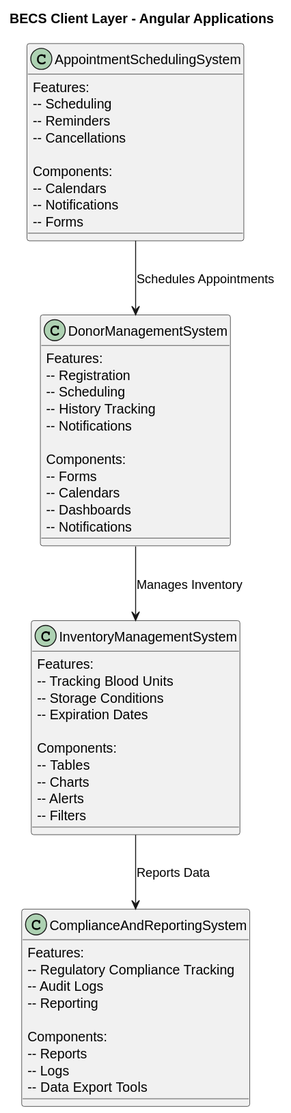
Above: docs/rendered/layers/CLIENT_LAYER.svg in tylermaginnis/BECS_SoftwareArchitecture (PlantUML), before the change.
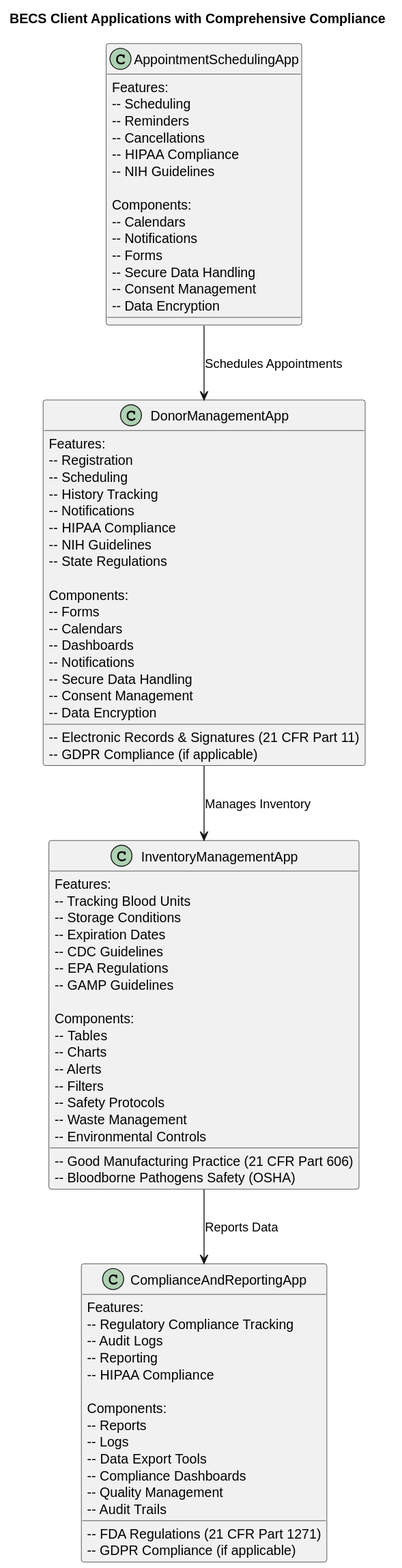
Above is the later version.

What changed in the source:
```diff
@@ -1,60 +1,87 @@
 @startuml
 !define RECTANGLE class
 
-title BECS Client Layer - Angular Applications
+title BECS Client Applications with Comprehensive Compliance
 
-RECTANGLE DonorManagementSystem {
+RECTANGLE DonorManagementApp {
   Features:
   -- Registration
   -- Scheduling
   -- History Tracking
   -- Notifications
+  -- Electronic Records & Signatures (21 CFR Part 11)
+  -- HIPAA Compliance
+  -- NIH Guidelines
+  -- GDPR Compliance (if applicable)
+  -- State Regulations
 
   Components:
   -- Forms
   -- Calendars
   -- Dashboards
   -- Notifications
+  -- Secure Data Handling
+  -- Consent Management
+  -- Data Encryption
 }
 
-RECTANGLE InventoryManagementSystem {
+RECTANGLE InventoryManagementApp {
   Features:
   -- Tracking Blood Units
   -- Storage Conditions
   -- Expiration Dates
+  -- Good Manufacturing Practice (21 CFR Part 606)
+  -- Bloodborne Pathogens Safety (OSHA)
+  -- CDC Guidelines
+  -- EPA Regulations
+  -- GAMP Guidelines
 
   Components:
   -- Tables
   -- Charts
   -- Alerts
   -- Filters
+  -- Safety Protocols
+  -- Waste Management
+  -- Environmental Controls
 }
 
-RECTANGLE ComplianceAndReportingSystem {
+RECTANGLE ComplianceAndReportingApp {
   Features:
   -- Regulatory Compliance Tracking
   -- Audit Logs
   -- Reporting
+  -- FDA Regulations (21 CFR Part 1271)
+  -- HIPAA Compliance
+  -- GDPR Compliance (if applicable)
 
   Components:
   -- Reports
   -- Logs
   -- Data Export Tools
+  -- Compliance Dashboards
+  -- Quality Management
+  -- Audit Trails
 }
 
-RECTANGLE AppointmentSchedulingSystem {
+RECTANGLE AppointmentSchedulingApp {
   Features:
   -- Scheduling
   -- Reminders
   -- Cancellations
+  -- HIPAA Compliance
+  -- NIH Guidelines
 
   Components:
   -- Calendars
   -- Notifications
   -- Forms
+  -- Secure Data Handling
+  -- Consent Management
+  -- Data Encryption
 }
 
-DonorManagementSystem --> InventoryManagementSystem : Manages Inventory
-InventoryManagementSystem --> ComplianceAndReportingSystem : Reports Data
-AppointmentSchedulingSystem --> DonorManagementSystem : Schedules Appointments
+DonorManagementApp --> InventoryManagementApp : Manages Inventory
+InventoryManagementApp --> ComplianceAndReportingApp : Reports Data
+AppointmentSchedulingApp --> DonorManagementApp : Schedules Appointments
 @enduml
```
